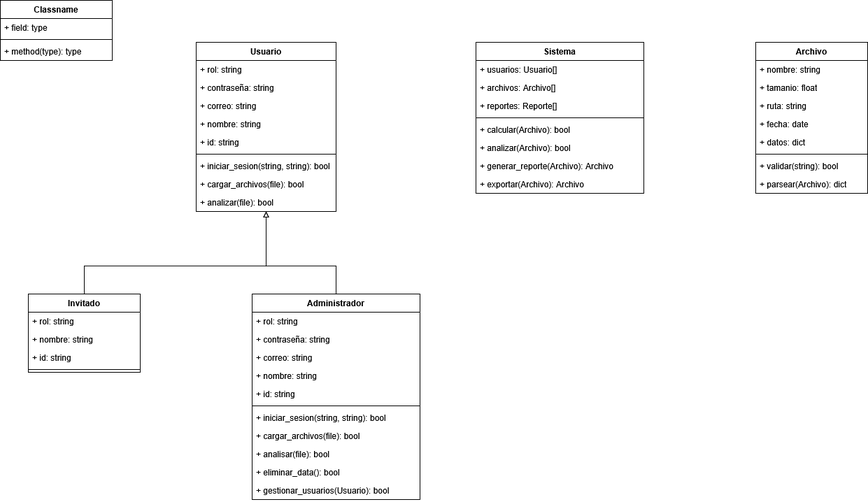
The draw.io diagram documentacion/diagramas/clases.drawio.png in moisesPAello/app-costeos, before a commit. Source tidied: cells renumbered, new cells last; positions are measured from the earlier drawing's top-left corner, leaving out a move shared by most shapes. Source of this version:
```xml
<mxGraphModel>
  <root>
    <mxCell id="0" />
    <mxCell id="1" parent="0" />
    <mxCell id="2" value="Usuario" style="swimlane;fontStyle=1;align=center;verticalAlign=top;horizontal=1;startSize=26;whiteSpace=wrap;html=1;" parent="1" vertex="1">
      <mxGeometry x="280" y="60" width="200" height="242" as="geometry" />
    </mxCell>
    <mxCell id="3" value="&lt;div&gt;+ rol: string&lt;/div&gt;" style="text;strokeColor=none;fillColor=none;align=left;verticalAlign=top;spacingLeft=4;spacingRight=4;overflow=hidden;whiteSpace=wrap;html=1;" parent="2" vertex="1">
      <mxGeometry y="26" width="200" height="26" as="geometry" />
    </mxCell>
    <mxCell id="4" value="&lt;div&gt;+ contraseña: string&lt;/div&gt;" style="text;strokeColor=none;fillColor=none;align=left;verticalAlign=top;spacingLeft=4;spacingRight=4;overflow=hidden;whiteSpace=wrap;html=1;" parent="2" vertex="1">
      <mxGeometry y="52" width="200" height="26" as="geometry" />
    </mxCell>
    <mxCell id="5" value="+ correo: string" style="text;strokeColor=none;fillColor=none;align=left;verticalAlign=top;spacingLeft=4;spacingRight=4;overflow=hidden;whiteSpace=wrap;html=1;" parent="2" vertex="1">
      <mxGeometry y="78" width="200" height="26" as="geometry" />
    </mxCell>
    <mxCell id="6" value="+ nombre: string" style="text;strokeColor=none;fillColor=none;align=left;verticalAlign=top;spacingLeft=4;spacingRight=4;overflow=hidden;whiteSpace=wrap;html=1;" parent="2" vertex="1">
      <mxGeometry y="104" width="200" height="26" as="geometry" />
    </mxCell>
    <mxCell id="7" value="&lt;div&gt;+ id: string&lt;/div&gt;" style="text;strokeColor=none;fillColor=none;align=left;verticalAlign=top;spacingLeft=4;spacingRight=4;overflow=hidden;whiteSpace=wrap;html=1;" parent="2" vertex="1">
      <mxGeometry y="130" width="200" height="26" as="geometry" />
    </mxCell>
    <mxCell id="8" style="line;strokeWidth=1;fillColor=none;align=left;verticalAlign=middle;spacingTop=-1;spacingLeft=3;spacingRight=3;labelPosition=right;strokeColor=inherit;" parent="2" vertex="1">
      <mxGeometry y="156" width="200" height="8" as="geometry" />
    </mxCell>
    <mxCell id="9" value="+ iniciar_sesion(string, string): bool" style="text;strokeColor=none;fillColor=none;align=left;verticalAlign=top;spacingLeft=4;spacingRight=4;overflow=hidden;whiteSpace=wrap;html=1;" parent="2" vertex="1">
      <mxGeometry y="164" width="200" height="26" as="geometry" />
    </mxCell>
    <mxCell id="10" value="+ cargar_archivos(file): bool" style="text;strokeColor=none;fillColor=none;align=left;verticalAlign=top;spacingLeft=4;spacingRight=4;overflow=hidden;whiteSpace=wrap;html=1;" parent="2" vertex="1">
      <mxGeometry y="190" width="200" height="26" as="geometry" />
    </mxCell>
    <mxCell id="11" value="+ analizar(file): bool" style="text;strokeColor=none;fillColor=none;align=left;verticalAlign=top;spacingLeft=4;spacingRight=4;overflow=hidden;whiteSpace=wrap;html=1;" parent="2" vertex="1">
      <mxGeometry y="216" width="200" height="26" as="geometry" />
    </mxCell>
    <mxCell id="12" style="edgeStyle=orthogonalEdgeStyle;rounded=0;jettySize=auto;html=1;endArrow=block;endFill=0;" parent="1" edge="1" source="13" target="2">
      <mxGeometry relative="1" as="geometry">
        <Array as="points">
          <mxPoint x="480" y="380" />
          <mxPoint x="380" y="380" />
        </Array>
      </mxGeometry>
    </mxCell>
    <mxCell id="13" value="Administrador" style="swimlane;fontStyle=1;align=center;verticalAlign=top;horizontal=1;startSize=26;whiteSpace=wrap;html=1;" parent="1" vertex="1">
      <mxGeometry x="360" y="420" width="240" height="294" as="geometry" />
    </mxCell>
    <mxCell id="14" value="&lt;div&gt;+ rol: string&lt;/div&gt;" style="text;strokeColor=none;fillColor=none;align=left;verticalAlign=top;spacingLeft=4;spacingRight=4;overflow=hidden;whiteSpace=wrap;html=1;" parent="13" vertex="1">
      <mxGeometry y="26" width="240" height="26" as="geometry" />
    </mxCell>
    <mxCell id="15" value="&lt;div&gt;+ contraseña: string&lt;/div&gt;" style="text;strokeColor=none;fillColor=none;align=left;verticalAlign=top;spacingLeft=4;spacingRight=4;overflow=hidden;whiteSpace=wrap;html=1;" parent="13" vertex="1">
      <mxGeometry y="52" width="240" height="26" as="geometry" />
    </mxCell>
    <mxCell id="16" value="+ correo: string" style="text;strokeColor=none;fillColor=none;align=left;verticalAlign=top;spacingLeft=4;spacingRight=4;overflow=hidden;whiteSpace=wrap;html=1;" parent="13" vertex="1">
      <mxGeometry y="78" width="240" height="26" as="geometry" />
    </mxCell>
    <mxCell id="17" value="+ nombre: string" style="text;strokeColor=none;fillColor=none;align=left;verticalAlign=top;spacingLeft=4;spacingRight=4;overflow=hidden;whiteSpace=wrap;html=1;" parent="13" vertex="1">
      <mxGeometry y="104" width="240" height="26" as="geometry" />
    </mxCell>
    <mxCell id="18" value="&lt;div&gt;+ id: string&lt;/div&gt;" style="text;strokeColor=none;fillColor=none;align=left;verticalAlign=top;spacingLeft=4;spacingRight=4;overflow=hidden;whiteSpace=wrap;html=1;" parent="13" vertex="1">
      <mxGeometry y="130" width="240" height="26" as="geometry" />
    </mxCell>
    <mxCell id="19" style="line;strokeWidth=1;fillColor=none;align=left;verticalAlign=middle;spacingTop=-1;spacingLeft=3;spacingRight=3;labelPosition=right;strokeColor=inherit;" parent="13" vertex="1">
      <mxGeometry y="156" width="240" height="8" as="geometry" />
    </mxCell>
    <mxCell id="20" value="+ iniciar_sesion(string, string): bool" style="text;strokeColor=none;fillColor=none;align=left;verticalAlign=top;spacingLeft=4;spacingRight=4;overflow=hidden;whiteSpace=wrap;html=1;" parent="13" vertex="1">
      <mxGeometry y="164" width="240" height="26" as="geometry" />
    </mxCell>
    <mxCell id="21" value="+ cargar_archivos(file): bool" style="text;strokeColor=none;fillColor=none;align=left;verticalAlign=top;spacingLeft=4;spacingRight=4;overflow=hidden;whiteSpace=wrap;html=1;" parent="13" vertex="1">
      <mxGeometry y="190" width="240" height="26" as="geometry" />
    </mxCell>
    <mxCell id="22" value="+ analisar(file): bool" style="text;strokeColor=none;fillColor=none;align=left;verticalAlign=top;spacingLeft=4;spacingRight=4;overflow=hidden;whiteSpace=wrap;html=1;" parent="13" vertex="1">
      <mxGeometry y="216" width="240" height="26" as="geometry" />
    </mxCell>
    <mxCell id="23" value="+ eliminar_data(): bool" style="text;strokeColor=none;fillColor=none;align=left;verticalAlign=top;spacingLeft=4;spacingRight=4;overflow=hidden;whiteSpace=wrap;html=1;" parent="13" vertex="1">
      <mxGeometry y="242" width="240" height="26" as="geometry" />
    </mxCell>
    <mxCell id="24" value="+ gestionar_usuarios(Usuario): bool" style="text;strokeColor=none;fillColor=none;align=left;verticalAlign=top;spacingLeft=4;spacingRight=4;overflow=hidden;whiteSpace=wrap;html=1;" parent="13" vertex="1">
      <mxGeometry y="268" width="240" height="26" as="geometry" />
    </mxCell>
    <mxCell id="25" value="Sistema" style="swimlane;fontStyle=1;align=center;verticalAlign=top;horizontal=1;startSize=26;whiteSpace=wrap;html=1;" parent="1" vertex="1">
      <mxGeometry x="680" y="60" width="240" height="216" as="geometry" />
    </mxCell>
    <mxCell id="26" value="+ usuarios: Usuario[]" style="text;strokeColor=none;fillColor=none;align=left;verticalAlign=top;spacingLeft=4;spacingRight=4;overflow=hidden;whiteSpace=wrap;html=1;" parent="25" vertex="1">
      <mxGeometry y="26" width="240" height="26" as="geometry" />
    </mxCell>
    <mxCell id="27" value="+ archivos: Archivo[]" style="text;strokeColor=none;fillColor=none;align=left;verticalAlign=top;spacingLeft=4;spacingRight=4;overflow=hidden;whiteSpace=wrap;html=1;" parent="25" vertex="1">
      <mxGeometry y="52" width="240" height="26" as="geometry" />
    </mxCell>
    <mxCell id="28" value="+ reportes: Reporte[]" style="text;strokeColor=none;fillColor=none;align=left;verticalAlign=top;spacingLeft=4;spacingRight=4;overflow=hidden;whiteSpace=wrap;html=1;" parent="25" vertex="1">
      <mxGeometry y="78" width="240" height="26" as="geometry" />
    </mxCell>
    <mxCell id="29" style="line;strokeWidth=1;fillColor=none;align=left;verticalAlign=middle;spacingTop=-1;spacingLeft=3;spacingRight=3;labelPosition=right;strokeColor=inherit;" parent="25" vertex="1">
      <mxGeometry y="104" width="240" height="8" as="geometry" />
    </mxCell>
    <mxCell id="30" value="+ calcular(Archivo): bool" style="text;strokeColor=none;fillColor=none;align=left;verticalAlign=top;spacingLeft=4;spacingRight=4;overflow=hidden;whiteSpace=wrap;html=1;" parent="25" vertex="1">
      <mxGeometry y="112" width="240" height="26" as="geometry" />
    </mxCell>
    <mxCell id="31" value="+ analizar(Archivo): bool" style="text;strokeColor=none;fillColor=none;align=left;verticalAlign=top;spacingLeft=4;spacingRight=4;overflow=hidden;whiteSpace=wrap;html=1;" parent="25" vertex="1">
      <mxGeometry y="138" width="240" height="26" as="geometry" />
    </mxCell>
    <mxCell id="32" value="+ generar_reporte(Archivo): Archivo" style="text;strokeColor=none;fillColor=none;align=left;verticalAlign=top;spacingLeft=4;spacingRight=4;overflow=hidden;whiteSpace=wrap;html=1;" parent="25" vertex="1">
      <mxGeometry y="164" width="240" height="26" as="geometry" />
    </mxCell>
    <mxCell id="33" value="+ exportar(Archivo): Archivo" style="text;strokeColor=none;fillColor=none;align=left;verticalAlign=top;spacingLeft=4;spacingRight=4;overflow=hidden;whiteSpace=wrap;html=1;" parent="25" vertex="1">
      <mxGeometry y="190" width="240" height="26" as="geometry" />
    </mxCell>
    <mxCell id="34" style="edgeStyle=orthogonalEdgeStyle;rounded=0;jettySize=auto;html=1;endArrow=block;endFill=0;" parent="1" edge="1" source="35" target="2">
      <mxGeometry relative="1" as="geometry">
        <Array as="points">
          <mxPoint x="120" y="380" />
          <mxPoint x="380" y="380" />
        </Array>
      </mxGeometry>
    </mxCell>
    <mxCell id="35" value="Invitado" style="swimlane;fontStyle=1;align=center;verticalAlign=top;horizontal=1;startSize=26;whiteSpace=wrap;html=1;" parent="1" vertex="1">
      <mxGeometry x="40" y="420" width="160" height="112" as="geometry" />
    </mxCell>
    <mxCell id="36" value="&lt;div&gt;+ rol: string&lt;/div&gt;" style="text;strokeColor=none;fillColor=none;align=left;verticalAlign=top;spacingLeft=4;spacingRight=4;overflow=hidden;whiteSpace=wrap;html=1;" parent="35" vertex="1">
      <mxGeometry y="26" width="160" height="26" as="geometry" />
    </mxCell>
    <mxCell id="37" value="+ nombre: string" style="text;strokeColor=none;fillColor=none;align=left;verticalAlign=top;spacingLeft=4;spacingRight=4;overflow=hidden;whiteSpace=wrap;html=1;" parent="35" vertex="1">
      <mxGeometry y="52" width="160" height="26" as="geometry" />
    </mxCell>
    <mxCell id="38" value="&lt;div&gt;+ id: string&lt;/div&gt;" style="text;strokeColor=none;fillColor=none;align=left;verticalAlign=top;spacingLeft=4;spacingRight=4;overflow=hidden;whiteSpace=wrap;html=1;" parent="35" vertex="1">
      <mxGeometry y="78" width="160" height="26" as="geometry" />
    </mxCell>
    <mxCell id="39" style="line;strokeWidth=1;fillColor=none;align=left;verticalAlign=middle;spacingTop=-1;spacingLeft=3;spacingRight=3;labelPosition=right;strokeColor=inherit;" parent="35" vertex="1">
      <mxGeometry y="104" width="160" height="8" as="geometry" />
    </mxCell>
    <mxCell id="40" value="Archivo" style="swimlane;fontStyle=1;align=center;verticalAlign=top;horizontal=1;startSize=26;whiteSpace=wrap;html=1;" parent="1" vertex="1">
      <mxGeometry x="1080" y="60" width="160" height="216" as="geometry" />
    </mxCell>
    <mxCell id="41" value="+ nombre: string" style="text;strokeColor=none;fillColor=none;align=left;verticalAlign=top;spacingLeft=4;spacingRight=4;overflow=hidden;whiteSpace=wrap;html=1;" parent="40" vertex="1">
      <mxGeometry y="26" width="160" height="26" as="geometry" />
    </mxCell>
    <mxCell id="42" value="+ tamanio: float" style="text;strokeColor=none;fillColor=none;align=left;verticalAlign=top;spacingLeft=4;spacingRight=4;overflow=hidden;whiteSpace=wrap;html=1;" parent="40" vertex="1">
      <mxGeometry y="52" width="160" height="26" as="geometry" />
    </mxCell>
    <mxCell id="43" value="+ ruta: string" style="text;strokeColor=none;fillColor=none;align=left;verticalAlign=top;spacingLeft=4;spacingRight=4;overflow=hidden;whiteSpace=wrap;html=1;" parent="40" vertex="1">
      <mxGeometry y="78" width="160" height="26" as="geometry" />
    </mxCell>
    <mxCell id="44" value="+ fecha: date" style="text;strokeColor=none;fillColor=none;align=left;verticalAlign=top;spacingLeft=4;spacingRight=4;overflow=hidden;whiteSpace=wrap;html=1;" parent="40" vertex="1">
      <mxGeometry y="104" width="160" height="26" as="geometry" />
    </mxCell>
    <mxCell id="45" value="+ datos: dict" style="text;strokeColor=none;fillColor=none;align=left;verticalAlign=top;spacingLeft=4;spacingRight=4;overflow=hidden;whiteSpace=wrap;html=1;" parent="40" vertex="1">
      <mxGeometry y="130" width="160" height="26" as="geometry" />
    </mxCell>
    <mxCell id="46" style="line;strokeWidth=1;fillColor=none;align=left;verticalAlign=middle;spacingTop=-1;spacingLeft=3;spacingRight=3;labelPosition=right;strokeColor=inherit;" parent="40" vertex="1">
      <mxGeometry y="156" width="160" height="8" as="geometry" />
    </mxCell>
    <mxCell id="47" value="+ validar(string): bool" style="text;strokeColor=none;fillColor=none;align=left;verticalAlign=top;spacingLeft=4;spacingRight=4;overflow=hidden;whiteSpace=wrap;html=1;" parent="40" vertex="1">
      <mxGeometry y="164" width="160" height="26" as="geometry" />
    </mxCell>
    <mxCell id="48" value="+ parsear(Archivo): dict" style="text;strokeColor=none;fillColor=none;align=left;verticalAlign=top;spacingLeft=4;spacingRight=4;overflow=hidden;whiteSpace=wrap;html=1;" parent="40" vertex="1">
      <mxGeometry y="190" width="160" height="26" as="geometry" />
    </mxCell>
    <mxCell id="49" value="Classname" style="swimlane;fontStyle=1;align=center;verticalAlign=top;horizontal=1;startSize=26;whiteSpace=wrap;html=1;" parent="1" vertex="1">
      <mxGeometry width="160" height="86" as="geometry" />
    </mxCell>
    <mxCell id="50" value="+ field: type" style="text;strokeColor=none;fillColor=none;align=left;verticalAlign=top;spacingLeft=4;spacingRight=4;overflow=hidden;whiteSpace=wrap;html=1;" parent="49" vertex="1">
      <mxGeometry y="26" width="160" height="26" as="geometry" />
    </mxCell>
    <mxCell id="51" style="line;strokeWidth=1;fillColor=none;align=left;verticalAlign=middle;spacingTop=-1;spacingLeft=3;spacingRight=3;labelPosition=right;strokeColor=inherit;" parent="49" vertex="1">
      <mxGeometry y="52" width="160" height="8" as="geometry" />
    </mxCell>
    <mxCell id="52" value="+ method(type): type" style="text;strokeColor=none;fillColor=none;align=left;verticalAlign=top;spacingLeft=4;spacingRight=4;overflow=hidden;whiteSpace=wrap;html=1;" parent="49" vertex="1">
      <mxGeometry y="60" width="160" height="26" as="geometry" />
    </mxCell>
  </root>
</mxGraphModel>
```
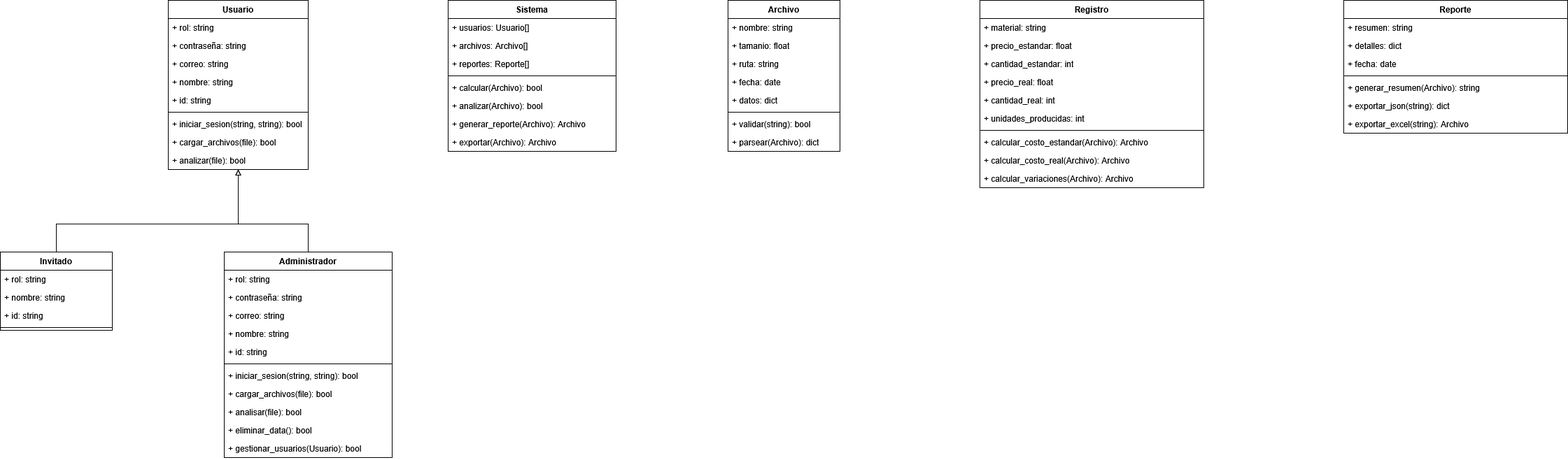
After the change.

Commit message:
feat(docs): agregar diagrama de clases drawio para costeo estándar

Change to the diagram source:
```diff
@@ -153,17 +153,62 @@
     <mxCell id="48" value="+ parsear(Archivo): dict" style="text;strokeColor=none;fillColor=none;align=left;verticalAlign=top;spacingLeft=4;spacingRight=4;overflow=hidden;whiteSpace=wrap;html=1;" parent="40" vertex="1">
       <mxGeometry y="190" width="160" height="26" as="geometry" />
     </mxCell>
-    <mxCell id="49" value="Classname" style="swimlane;fontStyle=1;align=center;verticalAlign=top;horizontal=1;startSize=26;whiteSpace=wrap;html=1;" parent="1" vertex="1">
-      <mxGeometry width="160" height="86" as="geometry" />
+    <mxCell id="49" value="Registro" style="swimlane;fontStyle=1;align=center;verticalAlign=top;horizontal=1;startSize=26;whiteSpace=wrap;html=1;" parent="1" vertex="1">
+      <mxGeometry x="1440" y="60" width="320" height="268" as="geometry" />
     </mxCell>
-    <mxCell id="50" value="+ field: type" style="text;strokeColor=none;fillColor=none;align=left;verticalAlign=top;spacingLeft=4;spacingRight=4;overflow=hidden;whiteSpace=wrap;html=1;" parent="49" vertex="1">
-      <mxGeometry y="26" width="160" height="26" as="geometry" />
+    <mxCell id="50" value="+ material: string" style="text;strokeColor=none;fillColor=none;align=left;verticalAlign=top;spacingLeft=4;spacingRight=4;overflow=hidden;whiteSpace=wrap;html=1;" parent="49" vertex="1">
+      <mxGeometry y="26" width="320" height="26" as="geometry" />
     </mxCell>
+    <mxCell id="53" value="+ precio_estandar: float" style="text;strokeColor=none;fillColor=none;align=left;verticalAlign=top;spacingLeft=4;spacingRight=4;overflow=hidden;whiteSpace=wrap;html=1;" parent="49" vertex="1">
+      <mxGeometry y="52" width="320" height="26" as="geometry" />
+    </mxCell>
+    <mxCell id="54" value="+ cantidad_estandar: int" style="text;strokeColor=none;fillColor=none;align=left;verticalAlign=top;spacingLeft=4;spacingRight=4;overflow=hidden;whiteSpace=wrap;html=1;" parent="49" vertex="1">
+      <mxGeometry y="78" width="320" height="26" as="geometry" />
+    </mxCell>
+    <mxCell id="55" value="+ precio_real: float" style="text;strokeColor=none;fillColor=none;align=left;verticalAlign=top;spacingLeft=4;spacingRight=4;overflow=hidden;whiteSpace=wrap;html=1;" parent="49" vertex="1">
+      <mxGeometry y="104" width="320" height="26" as="geometry" />
+    </mxCell>
+    <mxCell id="56" value="+ cantidad_real: int" style="text;strokeColor=none;fillColor=none;align=left;verticalAlign=top;spacingLeft=4;spacingRight=4;overflow=hidden;whiteSpace=wrap;html=1;" parent="49" vertex="1">
+      <mxGeometry y="130" width="320" height="26" as="geometry" />
+    </mxCell>
+    <mxCell id="57" value="+ unidades_producidas: int" style="text;strokeColor=none;fillColor=none;align=left;verticalAlign=top;spacingLeft=4;spacingRight=4;overflow=hidden;whiteSpace=wrap;html=1;" parent="49" vertex="1">
+      <mxGeometry y="156" width="320" height="26" as="geometry" />
+    </mxCell>
     <mxCell id="51" style="line;strokeWidth=1;fillColor=none;align=left;verticalAlign=middle;spacingTop=-1;spacingLeft=3;spacingRight=3;labelPosition=right;strokeColor=inherit;" parent="49" vertex="1">
-      <mxGeometry y="52" width="160" height="8" as="geometry" />
+      <mxGeometry y="182" width="320" height="8" as="geometry" />
     </mxCell>
-    <mxCell id="52" value="+ method(type): type" style="text;strokeColor=none;fillColor=none;align=left;verticalAlign=top;spacingLeft=4;spacingRight=4;overflow=hidden;whiteSpace=wrap;html=1;" parent="49" vertex="1">
-      <mxGeometry y="60" width="160" height="26" as="geometry" />
+    <mxCell id="52" value="+ calcular_costo_estandar(Archivo): Archivo" style="text;strokeColor=none;fillColor=none;align=left;verticalAlign=top;spacingLeft=4;spacingRight=4;overflow=hidden;whiteSpace=wrap;html=1;" parent="49" vertex="1">
+      <mxGeometry y="190" width="320" height="26" as="geometry" />
     </mxCell>
+    <mxCell id="58" value="+ calcular_costo_real(Archivo): Archivo" style="text;strokeColor=none;fillColor=none;align=left;verticalAlign=top;spacingLeft=4;spacingRight=4;overflow=hidden;whiteSpace=wrap;html=1;" parent="49" vertex="1">
+      <mxGeometry y="216" width="320" height="26" as="geometry" />
+    </mxCell>
+    <mxCell id="59" value="+ calcular_variaciones(Archivo): Archivo" style="text;strokeColor=none;fillColor=none;align=left;verticalAlign=top;spacingLeft=4;spacingRight=4;overflow=hidden;whiteSpace=wrap;html=1;" parent="49" vertex="1">
+      <mxGeometry y="242" width="320" height="26" as="geometry" />
+    </mxCell>
+    <mxCell id="60" value="Reporte" style="swimlane;fontStyle=1;align=center;verticalAlign=top;horizontal=1;startSize=26;whiteSpace=wrap;html=1;" parent="1" vertex="1">
+      <mxGeometry x="1960" y="60" width="320" height="190" as="geometry" />
+    </mxCell>
+    <mxCell id="61" value="+ resumen: string" style="text;strokeColor=none;fillColor=none;align=left;verticalAlign=top;spacingLeft=4;spacingRight=4;overflow=hidden;whiteSpace=wrap;html=1;" parent="60" vertex="1">
+      <mxGeometry y="26" width="320" height="26" as="geometry" />
+    </mxCell>
+    <mxCell id="62" value="+ detalles: dict" style="text;strokeColor=none;fillColor=none;align=left;verticalAlign=top;spacingLeft=4;spacingRight=4;overflow=hidden;whiteSpace=wrap;html=1;" parent="60" vertex="1">
+      <mxGeometry y="52" width="320" height="26" as="geometry" />
+    </mxCell>
+    <mxCell id="63" value="+ fecha: date" style="text;strokeColor=none;fillColor=none;align=left;verticalAlign=top;spacingLeft=4;spacingRight=4;overflow=hidden;whiteSpace=wrap;html=1;" parent="60" vertex="1">
+      <mxGeometry y="78" width="320" height="26" as="geometry" />
+    </mxCell>
+    <mxCell id="64" style="line;strokeWidth=1;fillColor=none;align=left;verticalAlign=middle;spacingTop=-1;spacingLeft=3;spacingRight=3;labelPosition=right;strokeColor=inherit;" parent="60" vertex="1">
+      <mxGeometry y="104" width="320" height="8" as="geometry" />
+    </mxCell>
+    <mxCell id="65" value="+ generar_resumen(Archivo): string" style="text;strokeColor=none;fillColor=none;align=left;verticalAlign=top;spacingLeft=4;spacingRight=4;overflow=hidden;whiteSpace=wrap;html=1;" parent="60" vertex="1">
+      <mxGeometry y="112" width="320" height="26" as="geometry" />
+    </mxCell>
+    <mxCell id="66" value="+ exportar_json(string): dict" style="text;strokeColor=none;fillColor=none;align=left;verticalAlign=top;spacingLeft=4;spacingRight=4;overflow=hidden;whiteSpace=wrap;html=1;" parent="60" vertex="1">
+      <mxGeometry y="138" width="320" height="26" as="geometry" />
+    </mxCell>
+    <mxCell id="67" value="+ exportar_excel(string): Archivo" style="text;strokeColor=none;fillColor=none;align=left;verticalAlign=top;spacingLeft=4;spacingRight=4;overflow=hidden;whiteSpace=wrap;html=1;" parent="60" vertex="1">
+      <mxGeometry y="164" width="320" height="26" as="geometry" />
+    </mxCell>
   </root>
 </mxGraphModel>
```
